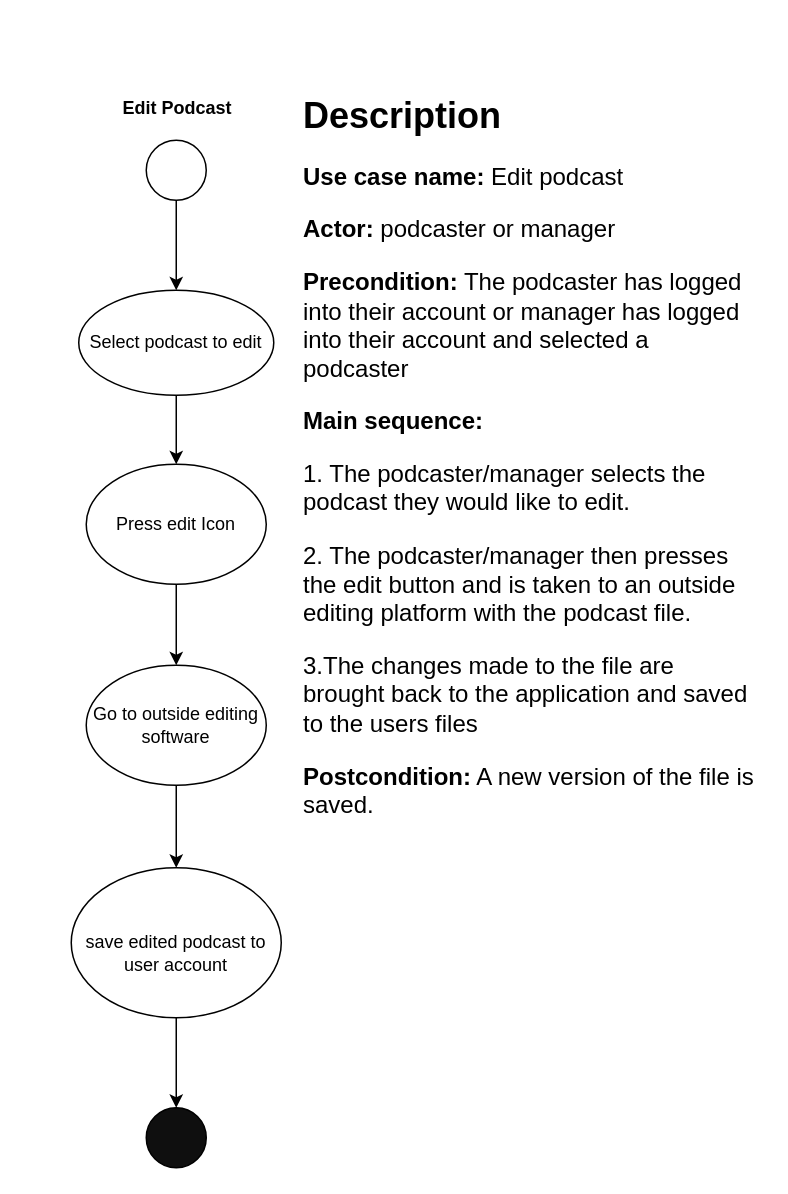
Earlier version of the draw.io diagram edit_podcast_activity.drawio (Glizzus/COMP-3700). Source tidied: cells renumbered, new cells numbered last; positions are measured from the earlier drawing's top-left corner, leaving out a move shared by most shapes. Both pictures are drawn from the tidied source at 150%, with x=0, y=0 at pixel (70, 86).
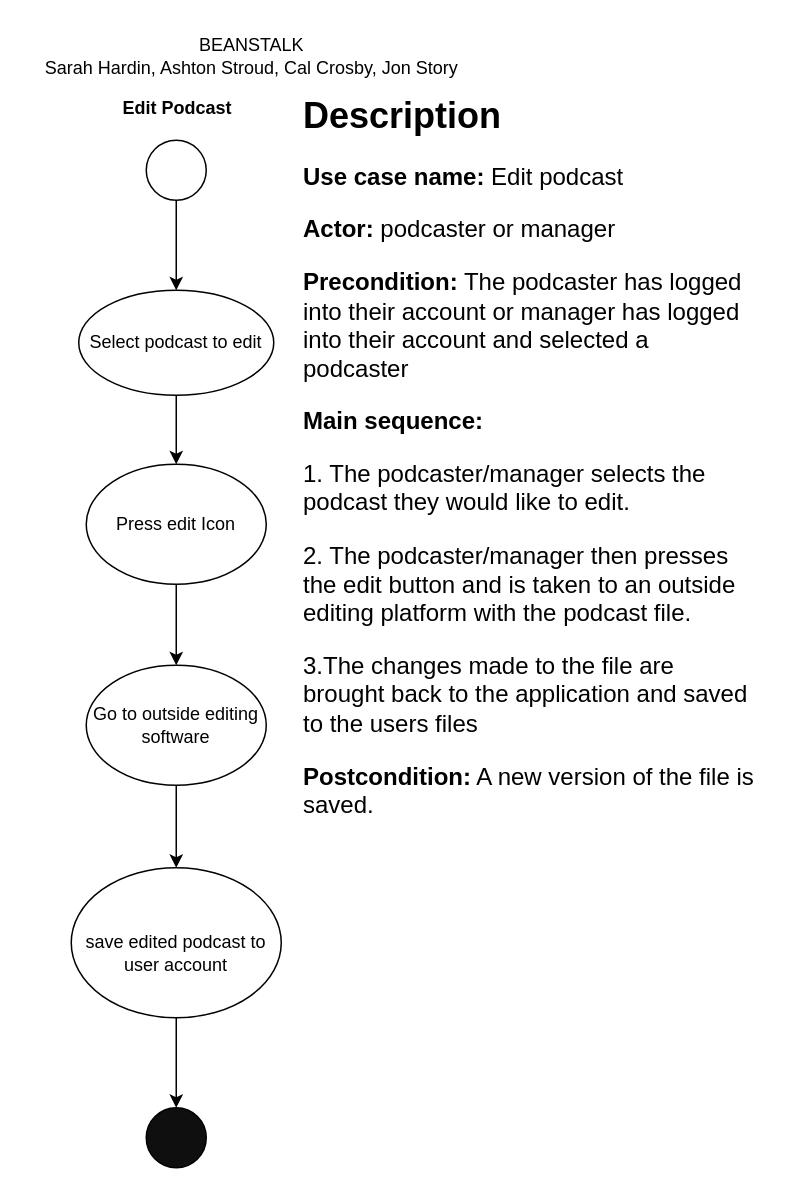
The same diagram, later.

Change to the diagram source:
```diff
@@
 <mxGraphModel>
   <root>
     <mxCell id="0" />
     <mxCell id="1" parent="0" />
     <mxCell id="2" style="edgeStyle=orthogonalEdgeStyle;rounded=0;jettySize=auto;html=1;exitX=0.5;exitY=1;exitDx=0;exitDy=0;" parent="1" edge="1" source="3" target="13">
       <mxGeometry relative="1" as="geometry" />
     </mxCell>
     <mxCell id="3" value="Select podcast to edit" style="ellipse;whiteSpace=wrap;html=1;" parent="1" vertex="1">
       <mxGeometry x="5" y="136" width="130" height="70" as="geometry" />
     </mxCell>
     <mxCell id="4" style="edgeStyle=orthogonalEdgeStyle;rounded=0;jettySize=auto;html=1;exitX=0.5;exitY=1;exitDx=0;exitDy=0;entryX=0.5;entryY=0;entryDx=0;entryDy=0;" parent="1" edge="1" source="5" target="8">
       <mxGeometry relative="1" as="geometry" />
     </mxCell>
     <mxCell id="5" value="Go to outside editing software" style="ellipse;whiteSpace=wrap;html=1;" parent="1" vertex="1">
       <mxGeometry x="10" y="386" width="120" height="80" as="geometry" />
     </mxCell>
     <mxCell id="6" style="endArrow=classic;html=1;rounded=0;exitX=0.5;exitY=1;exitDx=0;exitDy=0;entryX=0.5;entryY=0;entryDx=0;entryDy=0;" parent="1" edge="1" target="3">
       <mxGeometry relative="1" as="geometry">
         <mxPoint x="70" y="76" as="sourcePoint" />
       </mxGeometry>
     </mxCell>
     <mxCell id="7" style="edgeStyle=orthogonalEdgeStyle;rounded=0;jettySize=auto;html=1;exitX=0.5;exitY=1;exitDx=0;exitDy=0;entryX=0.5;entryY=0;entryDx=0;entryDy=0;" parent="1" edge="1" source="8" target="11">
       <mxGeometry relative="1" as="geometry" />
     </mxCell>
     <mxCell id="8" value="&lt;br&gt;save edited podcast to user account" style="ellipse;whiteSpace=wrap;html=1;" parent="1" vertex="1">
       <mxGeometry y="521" width="140" height="100" as="geometry" />
     </mxCell>
     <mxCell id="9" value="Edit Podcast" style="text;html=15;strokeColor=none;fillColor=none;align=center;verticalAlign=middle;whiteSpace=wrap;rounded=0;fontStyle=1;" parent="1" vertex="1">
       <mxGeometry x="11" width="120" height="30" as="geometry" />
     </mxCell>
     <mxCell id="10" style="ellipse;whiteSpace=wrap;html=1;" parent="1" vertex="1">
       <mxGeometry x="50" y="36" width="40" height="40" as="geometry" />
     </mxCell>
     <mxCell id="11" style="ellipse;whiteSpace=wrap;html=1;fillColor=#0f0f0f;" parent="1" vertex="1">
       <mxGeometry x="50" y="681" width="40" height="40" as="geometry" />
     </mxCell>
     <mxCell id="12" style="edgeStyle=orthogonalEdgeStyle;rounded=0;jettySize=auto;html=1;exitX=0.5;exitY=1;exitDx=0;exitDy=0;entryX=0.5;entryY=0;entryDx=0;entryDy=0;" parent="1" edge="1" source="13" target="5">
       <mxGeometry relative="1" as="geometry" />
     </mxCell>
     <mxCell id="13" value="Press edit Icon" style="ellipse;whiteSpace=wrap;html=1;" parent="1" vertex="1">
       <mxGeometry x="10" y="252" width="120" height="80" as="geometry" />
     </mxCell>
     <mxCell id="14" value="&lt;h1&gt;Description&lt;/h1&gt;&lt;p style=&quot;font-size: 16px;&quot;&gt;&lt;b&gt;Use case name: &lt;/b&gt;Edit podcast&lt;/p&gt;&lt;p style=&quot;font-size: 16px;&quot;&gt;&lt;b&gt;Actor:&lt;/b&gt; podcaster or manager&lt;/p&gt;&lt;p style=&quot;font-size: 16px;&quot;&gt;&lt;b&gt;Precondition:&lt;/b&gt; The podcaster has logged into their account or manager has logged into their account and selected a podcaster&lt;/p&gt;&lt;p style=&quot;font-size: 16px;&quot;&gt;&lt;b&gt;Main sequence:&lt;/b&gt;&lt;/p&gt;&lt;p style=&quot;font-size: 16px;&quot;&gt;1. The podcaster/manager selects the podcast they would like to edit.&amp;nbsp;&lt;/p&gt;&lt;p style=&quot;font-size: 16px;&quot;&gt;2. The podcaster/manager then presses the edit button and is taken to an outside editing platform with the podcast file.&amp;nbsp;&lt;/p&gt;&lt;p style=&quot;font-size: 16px;&quot;&gt;3.The changes made to the file are brought back to the application and saved to the users files&lt;/p&gt;&lt;p style=&quot;font-size: 16px;&quot;&gt;&lt;b&gt;Postcondition:&lt;/b&gt; A new version of the file is saved.&lt;/p&gt;" style="text;html=1;strokeColor=none;fillColor=none;spacing=5;spacingTop=-20;whiteSpace=wrap;overflow=hidden;rounded=0;" parent="1" vertex="1">
       <mxGeometry x="150" width="310" height="526" as="geometry" />
     </mxCell>
+    <mxCell id="15" value="BEANSTALK&lt;br&gt;Sarah Hardin, Ashton Stroud, Cal Crosby, Jon Story" style="text;html=1;align=center;verticalAlign=middle;strokeColor=none;fillColor=none;" parent="1" vertex="1">
+      <mxGeometry x="-30" y="-40" width="300" height="40" as="geometry" />
+    </mxCell>
   </root>
 </mxGraphModel>
```
